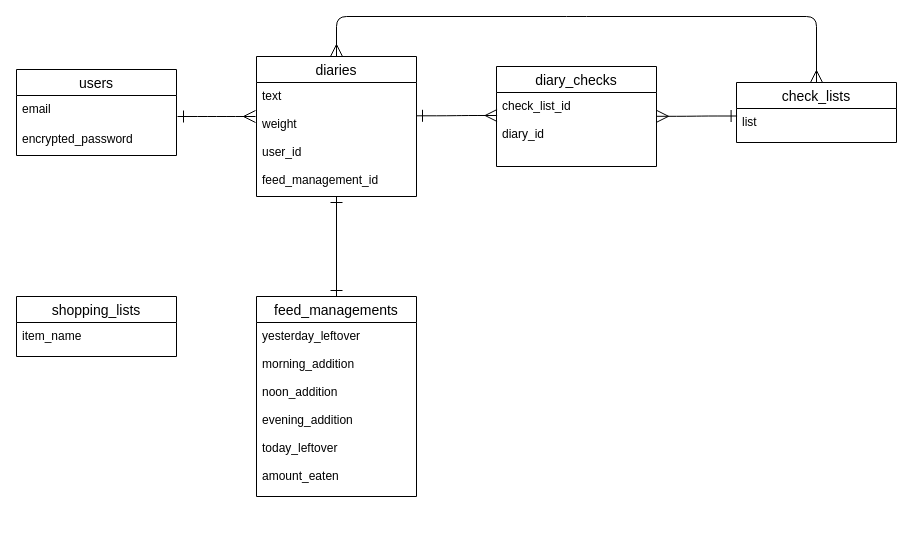
The draw.io diagram ER.dio in satoko123/diary-app, before the edit. Source tidied: cells renumbered, new cells numbered last; positions are measured from the earlier drawing's top-left corner, leaving out a move shared by most shapes. Both pictures are drawn from the tidied source at 100%, with x=0, y=0 at pixel (16, 16).
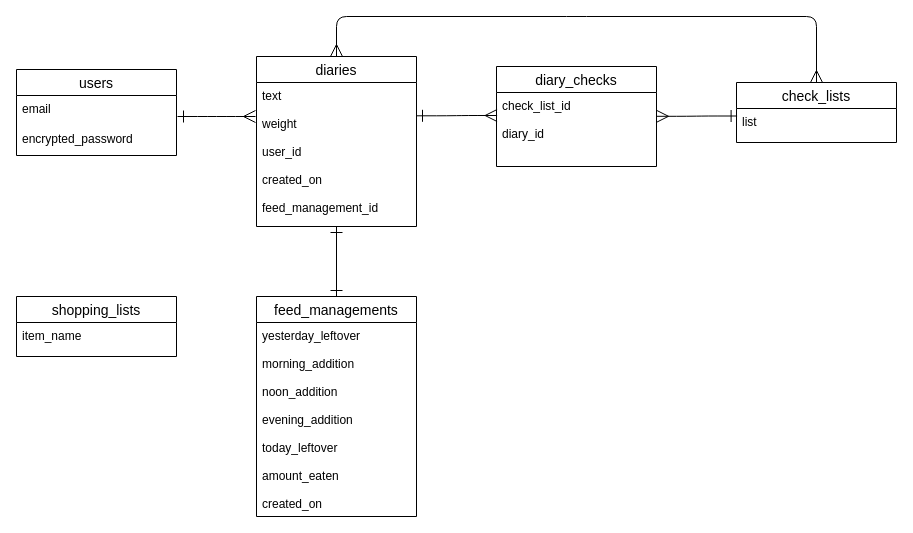
Above is the later version.

Commit message (it also covers changes not shown here):
ER図、READMEの修正

Change to the diagram source:
```diff
@@
     <mxCell id="5" value="diaries" style="swimlane;fontStyle=0;horizontal=1;startSize=26;align=center;fontSize=14;" parent="1" vertex="1">
-      <mxGeometry x="240" y="40" width="160" height="140" as="geometry" />
+      <mxGeometry x="240" y="40" width="160" height="170" as="geometry" />
     </mxCell>
-    <mxCell id="6" value="text&#10;&#10;weight&#10;&#10;user_id&#10;&#10;feed_management_id&#10;" style="text;strokeColor=none;fillColor=none;spacingLeft=4;spacingRight=4;overflow=hidden;points=[[0,0.5],[1,0.5]];portConstraint=eastwest;fontSize=12;" parent="5" vertex="1">
-      <mxGeometry y="26" width="160" height="114" as="geometry" />
+    <mxCell id="6" value="text&#10;&#10;weight&#10;&#10;user_id&#10;&#10;created_on&#10;&#10;feed_management_id&#10;" style="text;strokeColor=none;fillColor=none;spacingLeft=4;spacingRight=4;overflow=hidden;points=[[0,0.5],[1,0.5]];portConstraint=eastwest;fontSize=12;" parent="5" vertex="1">
+      <mxGeometry y="26" width="160" height="144" as="geometry" />
     </mxCell>
@@
     <mxCell id="11" value="feed_managements" style="swimlane;fontStyle=0;horizontal=1;startSize=26;align=center;fontSize=14;" parent="1" vertex="1">
-      <mxGeometry x="240" y="280" width="160" height="200" as="geometry" />
+      <mxGeometry x="240" y="280" width="160" height="220" as="geometry" />
     </mxCell>
-    <mxCell id="12" value="yesterday_leftover&#10;&#10;morning_addition&#10;&#10;noon_addition&#10;&#10;evening_addition&#10;&#10;today_leftover&#10;&#10;amount_eaten" style="text;strokeColor=none;fillColor=none;spacingLeft=4;spacingRight=4;overflow=hidden;fontSize=12;" parent="11" vertex="1">
-      <mxGeometry y="26" width="160" height="174" as="geometry" />
+    <mxCell id="12" value="yesterday_leftover&#10;&#10;morning_addition&#10;&#10;noon_addition&#10;&#10;evening_addition&#10;&#10;today_leftover&#10;&#10;amount_eaten&#10;&#10;created_on" style="text;strokeColor=none;fillColor=none;spacingLeft=4;spacingRight=4;overflow=hidden;fontSize=12;" parent="11" vertex="1">
+      <mxGeometry y="26" width="160" height="194" as="geometry" />
     </mxCell>
```
